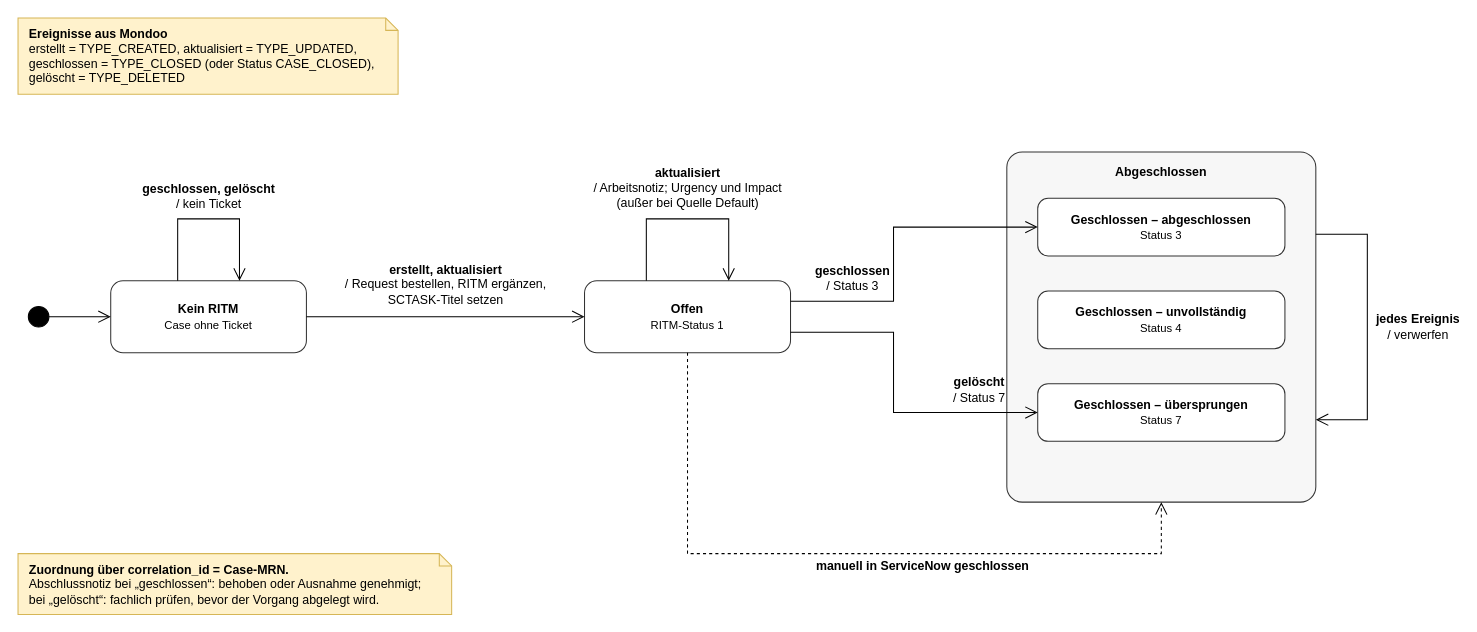
MarDolli09/mondoo_webhook keeps this draw.io diagram as docs/ticket-states.drawio. Above is the earlier version. Source tidied: cells renumbered, new cells numbered last; positions are measured from the earlier drawing's top-left corner, leaving out a move shared by most shapes. Both pictures are drawn from the tidied source at 103%, with x=0, y=0 at pixel (18, 18).
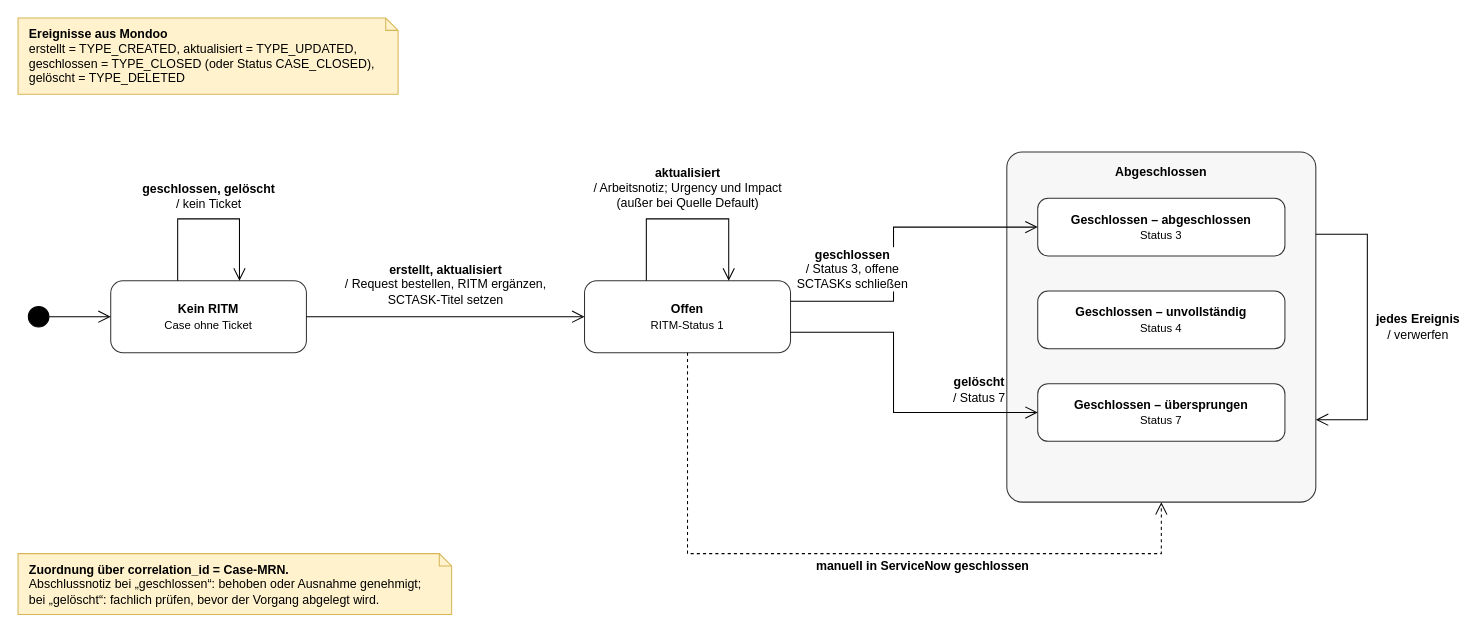
The same page after the edit.

Commit message (it also covers changes not shown here):
feat: close open SCTASKs when Mondoo closes the ticket

Unchanged cells that the change refers to:
```xml
<mxCell id="5" value="&lt;b&gt;Offen&lt;/b&gt;&lt;br&gt;&lt;span style=&quot;font-size:11px&quot;&gt;RITM-Status 1&lt;/span&gt;" style="rounded=1;whiteSpace=wrap;html=1;fillColor=#FFFFFF;strokeColor=#333333;fontSize=12;fontColor=#000000;align=center;verticalAlign=middle;spacing=8;strokeWidth=1;arcSize=17;" parent="1" vertex="1">
  <mxGeometry x="550" y="255" width="200" height="70" as="geometry" />
</mxCell>
<mxCell id="7" value="&lt;b&gt;Geschlossen – abgeschlossen&lt;/b&gt;&lt;br&gt;&lt;span style=&quot;font-size:11px&quot;&gt;Status 3&lt;/span&gt;" style="rounded=1;whiteSpace=wrap;html=1;fillColor=#FFFFFF;strokeColor=#333333;fontSize=12;fontColor=#000000;align=center;verticalAlign=middle;spacing=8;strokeWidth=1;arcSize=18;" parent="1" vertex="1">
  <mxGeometry x="990" y="175" width="240" height="56" as="geometry" />
</mxCell>
```

Change to the diagram source:
```diff
@@
-    <mxCell id="15" value="&lt;b&gt;geschlossen&lt;/b&gt;&lt;br&gt;/ Status 3" style="html=1;rounded=0;edgeStyle=orthogonalEdgeStyle;strokeColor=#000000;fontSize=12;fontColor=#000000;endArrow=open;endSize=10;labelBackgroundColor=#FFFFFF;exitX=1.0000;exitY=0.2857;exitDx=0;exitDy=0;exitPerimeter=0;entryX=0.0000;entryY=0.5000;entryDx=0;entryDy=0;entryPerimeter=0;" parent="1" edge="1" source="5" target="7">
+    <mxCell id="15" value="&lt;b&gt;geschlossen&lt;/b&gt;&lt;br&gt;/ Status 3, offene&lt;br&gt;SCTASKs schließen" style="html=1;rounded=0;edgeStyle=orthogonalEdgeStyle;strokeColor=#000000;fontSize=12;fontColor=#000000;endArrow=open;endSize=10;labelBackgroundColor=#FFFFFF;exitX=1.0000;exitY=0.2857;exitDx=0;exitDy=0;exitPerimeter=0;entryX=0.0000;entryY=0.5000;entryDx=0;entryDy=0;entryPerimeter=0;" parent="1" edge="1" source="5" target="7">
       <mxGeometry x="-0.6" relative="1" as="geometry">
         <Array as="points">
           <mxPoint x="850" y="275" />
           <mxPoint x="850" y="203" />
         </Array>
-        <mxPoint x="-2" y="-22" as="offset" />
+        <mxPoint x="-2" y="-31" as="offset" />
       </mxGeometry>
     </mxCell>
```
